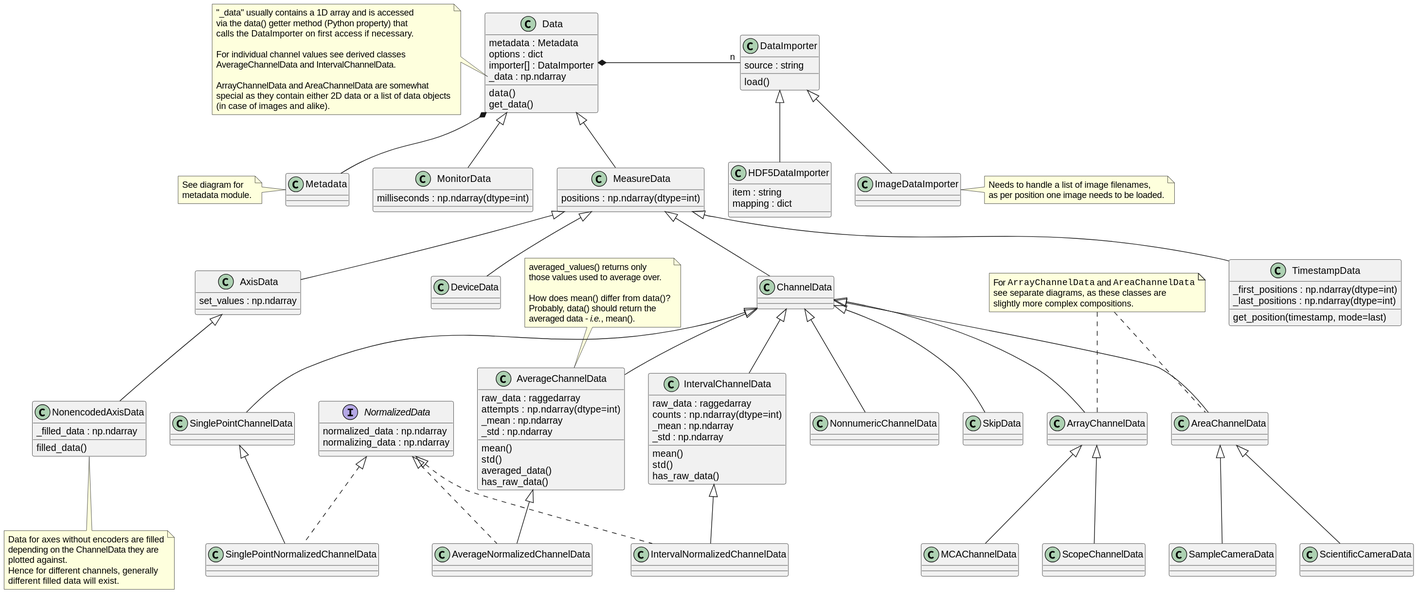
Earlier version of the PlantUML export docs/uml/evedata.evefile.entities.data.svg (tillbiskup/evedata).
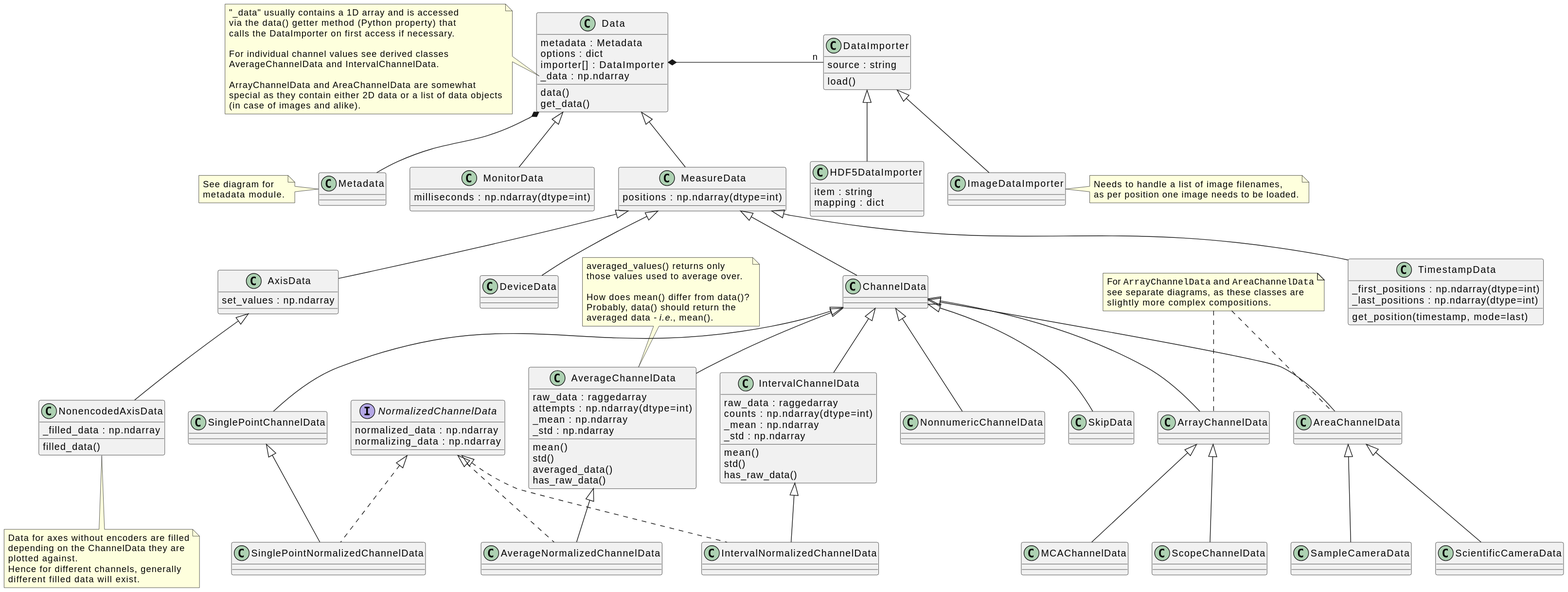
After the commit.

Change to the diagram source:
```diff
@@ -97,12 +97,12 @@
 
 class SinglePointChannelData extends ChannelData {}
 
-interface NormalizedData {
+interface NormalizedChannelData {
     normalized_data : np.ndarray
     normalizing_data : np.ndarray
 }
 
-class SinglePointNormalizedChannelData extends SinglePointChannelData implements NormalizedData {
+class SinglePointNormalizedChannelData extends SinglePointChannelData implements NormalizedChannelData {
 }
 
 class AverageChannelData extends ChannelData {
@@ -124,7 +124,7 @@
     averaged data - <i>i.e.</i>, mean().
 end note
 
-class AverageNormalizedChannelData extends AverageChannelData implements NormalizedData {
+class AverageNormalizedChannelData extends AverageChannelData implements NormalizedChannelData {
 }
 
 
@@ -138,7 +138,7 @@
     has_raw_data()
 }
 
-class IntervalNormalizedChannelData extends IntervalChannelData implements NormalizedData {
+class IntervalNormalizedChannelData extends IntervalChannelData implements NormalizedChannelData {
 }
 
 class ArrayChannelData extends ChannelData {
```
